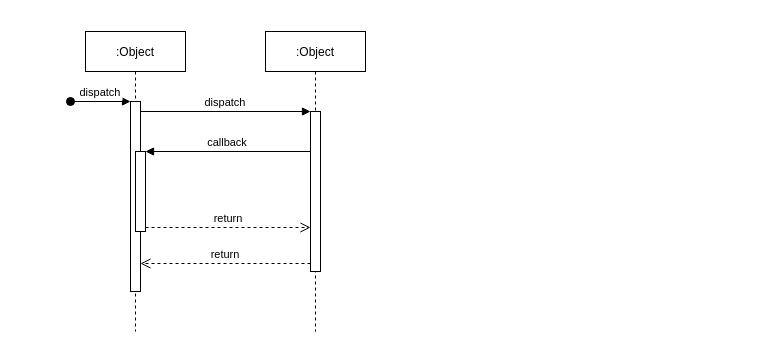
mannixchan/diagrams keeps this draw.io diagram as 流程图/Untitled Diagram.drawio. Above is the earlier version. Source tidied: cells renumbered, new cells numbered last; positions are measured from the earlier drawing's top-left corner, leaving out a move shared by most shapes. Both pictures are drawn from the tidied source at 100%, with x=0, y=0 at pixel (70, 31).
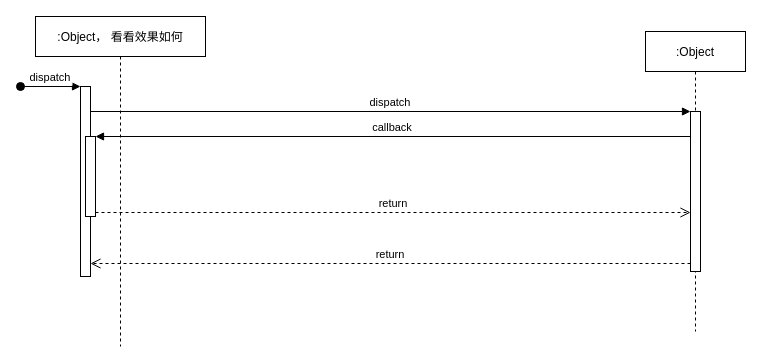
Above is the later version.

Change to the diagram source:
```diff
@@
 <mxGraphModel>
   <root>
     <mxCell id="0" />
     <mxCell id="1" parent="0" />
-    <mxCell id="2" value=":Object" style="shape=umlLifeline;perimeter=lifelinePerimeter;rounded=0;shadow=0;strokeWidth=1;" parent="1" vertex="1">
-      <mxGeometry x="15" width="100" height="300" as="geometry" />
+    <mxCell id="2" value=":Object， 看看效果如何" style="shape=umlLifeline;perimeter=lifelinePerimeter;rounded=0;shadow=0;strokeWidth=1;" parent="1" vertex="1">
+      <mxGeometry x="-35" y="-15" width="170" height="330" as="geometry" />
     </mxCell>
     <mxCell id="3" style="points=[];perimeter=orthogonalPerimeter;rounded=0;shadow=0;strokeWidth=1;" parent="2" vertex="1">
       <mxGeometry x="45" y="70" width="10" height="190" as="geometry" />
     </mxCell>
     <mxCell id="4" value="dispatch" style="verticalAlign=bottom;startArrow=oval;endArrow=block;startSize=8;shadow=0;strokeWidth=1;" parent="2" edge="1" target="3">
       <mxGeometry relative="1" as="geometry">
         <mxPoint x="-15" y="70" as="sourcePoint" />
       </mxGeometry>
     </mxCell>
     <mxCell id="5" style="points=[];perimeter=orthogonalPerimeter;rounded=0;shadow=0;strokeWidth=1;" parent="2" vertex="1">
       <mxGeometry x="50" y="120" width="10" height="80" as="geometry" />
     </mxCell>
     <mxCell id="6" value=":Object" style="shape=umlLifeline;perimeter=lifelinePerimeter;rounded=0;shadow=0;strokeWidth=1;" parent="1" vertex="1">
-      <mxGeometry x="195" width="100" height="300" as="geometry" />
+      <mxGeometry x="575" width="100" height="300" as="geometry" />
     </mxCell>
     <mxCell id="7" style="points=[];perimeter=orthogonalPerimeter;rounded=0;shadow=0;strokeWidth=1;" parent="6" vertex="1">
       <mxGeometry x="45" y="80" width="10" height="160" as="geometry" />
     </mxCell>
     <mxCell id="8" value="return" style="verticalAlign=bottom;endArrow=open;dashed=1;endSize=8;exitX=0;exitY=0.95;shadow=0;strokeWidth=1;" parent="1" edge="1" source="7" target="3">
       <mxGeometry relative="1" as="geometry" />
     </mxCell>
     <mxCell id="9" value="dispatch" style="verticalAlign=bottom;endArrow=block;entryX=0;entryY=0;shadow=0;strokeWidth=1;" parent="1" edge="1" source="3" target="7">
       <mxGeometry relative="1" as="geometry" />
     </mxCell>
     <mxCell id="10" value="callback" style="verticalAlign=bottom;endArrow=block;entryX=1;entryY=0;shadow=0;strokeWidth=1;" parent="1" edge="1" source="7" target="5">
       <mxGeometry relative="1" as="geometry" />
     </mxCell>
     <mxCell id="11" value="return" style="verticalAlign=bottom;endArrow=open;dashed=1;endSize=8;exitX=1;exitY=0.95;shadow=0;strokeWidth=1;" parent="1" edge="1" source="5" target="7">
       <mxGeometry relative="1" as="geometry" />
     </mxCell>
   </root>
 </mxGraphModel>
```
